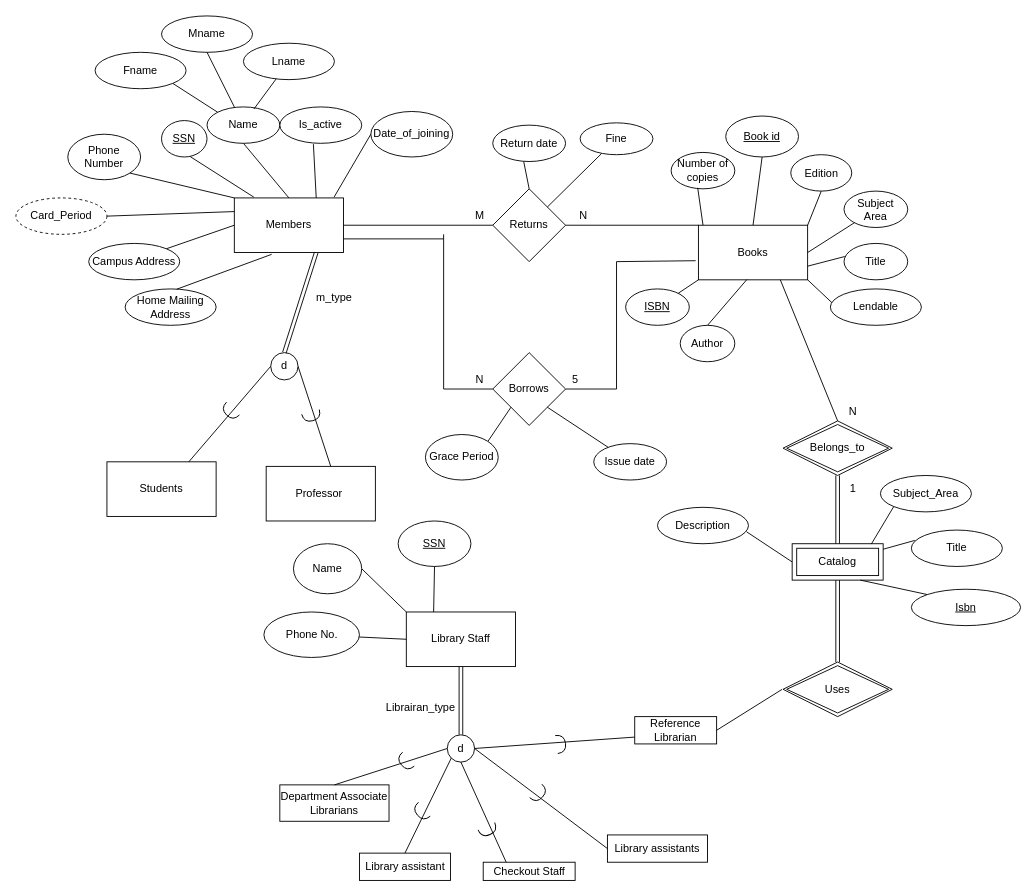
The draw.io diagram er.drawio in aditpatil10/Library-Management-System, before the edit. Source tidied: cells renumbered, new cells numbered last; positions are measured from the earlier drawing's top-left corner, leaving out a move shared by most shapes. Both pictures are drawn from the tidied source at 91%, with x=0, y=0 at pixel (15, 15).
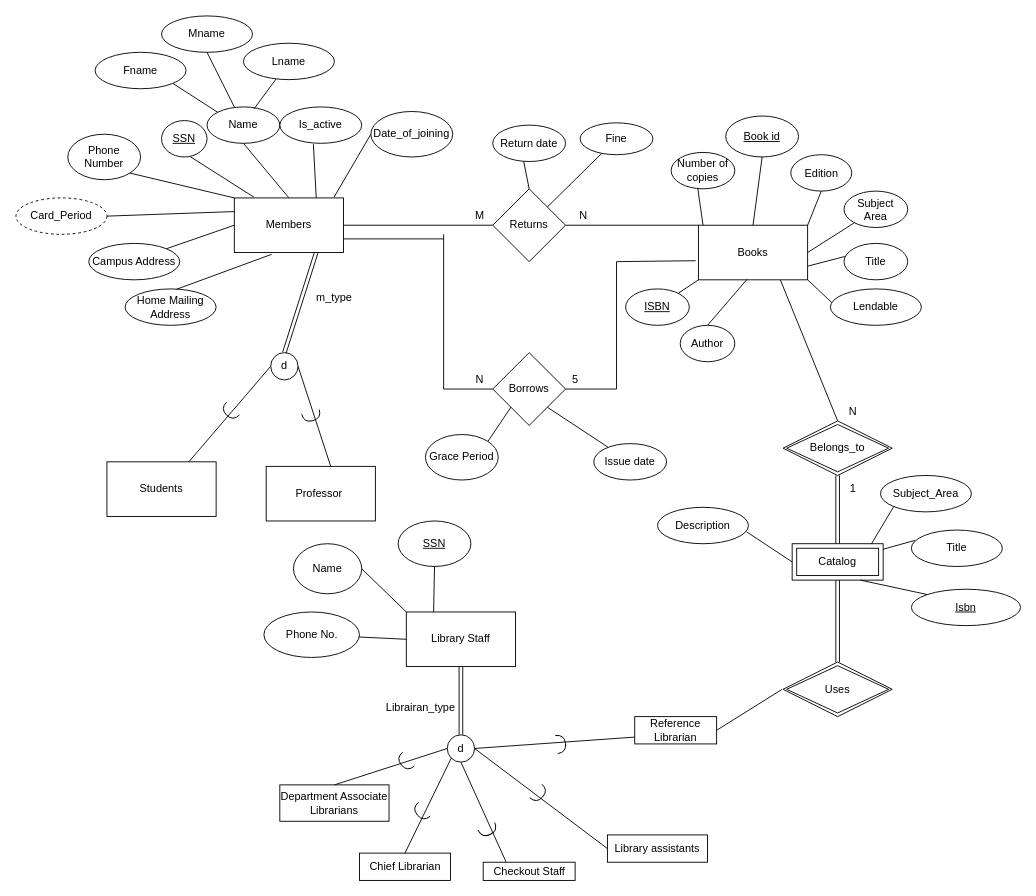
The same diagram, later.

The edit, as a diff of the source:
```diff
@@
-    <mxCell id="37" value="Library assistant" style="rounded=0;whiteSpace=wrap;html=1;" parent="1" vertex="1">
+    <mxCell id="37" value="Chief Librarian" style="rounded=0;whiteSpace=wrap;html=1;" parent="1" vertex="1">
       <mxGeometry x="377.5" y="920" width="100" height="30" as="geometry" />
     </mxCell>
```
